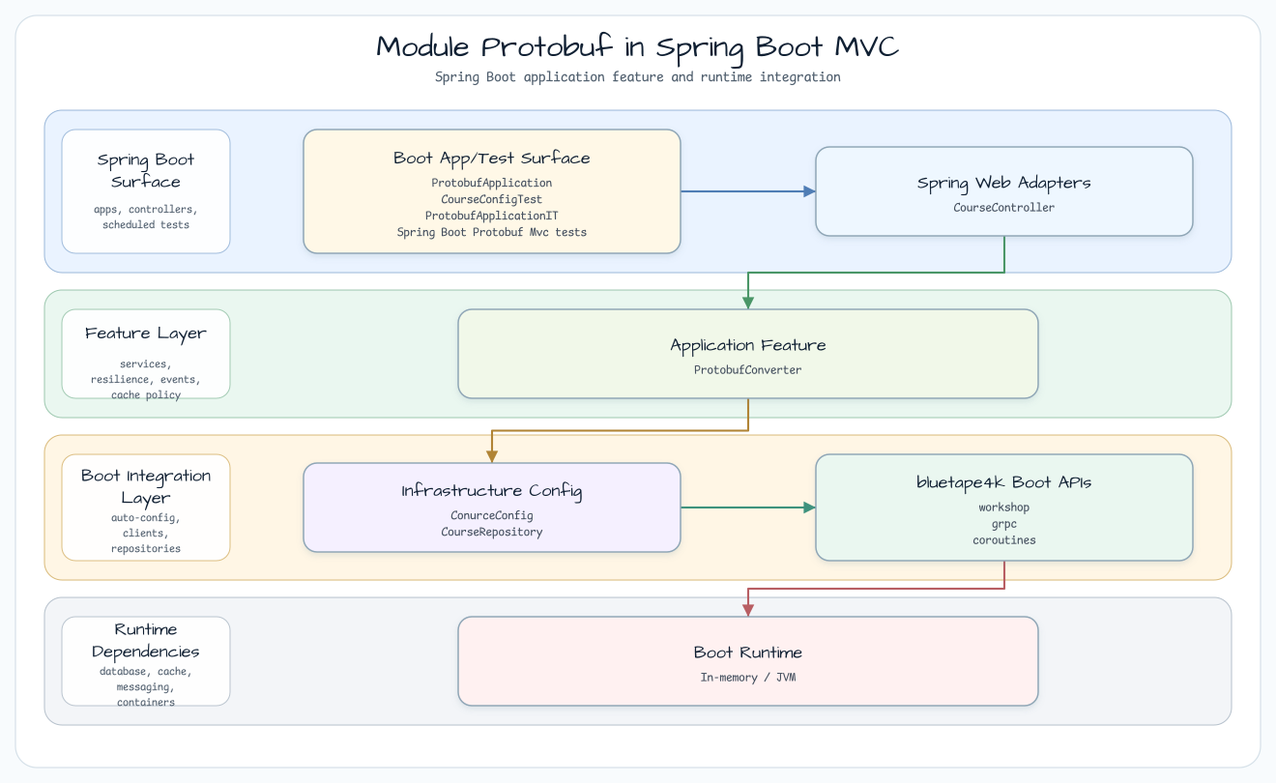
Above: docs/images/readme-diagrams/spring-boot-protobuf-mvc-readme-architecture-01.png in bluetape4k/bluetape4k-workshop (Graphviz), before the change. Its source is kept beside it as docs/images/readme-diagrams/spring-boot-protobuf-mvc-readme-architecture-01.dot.
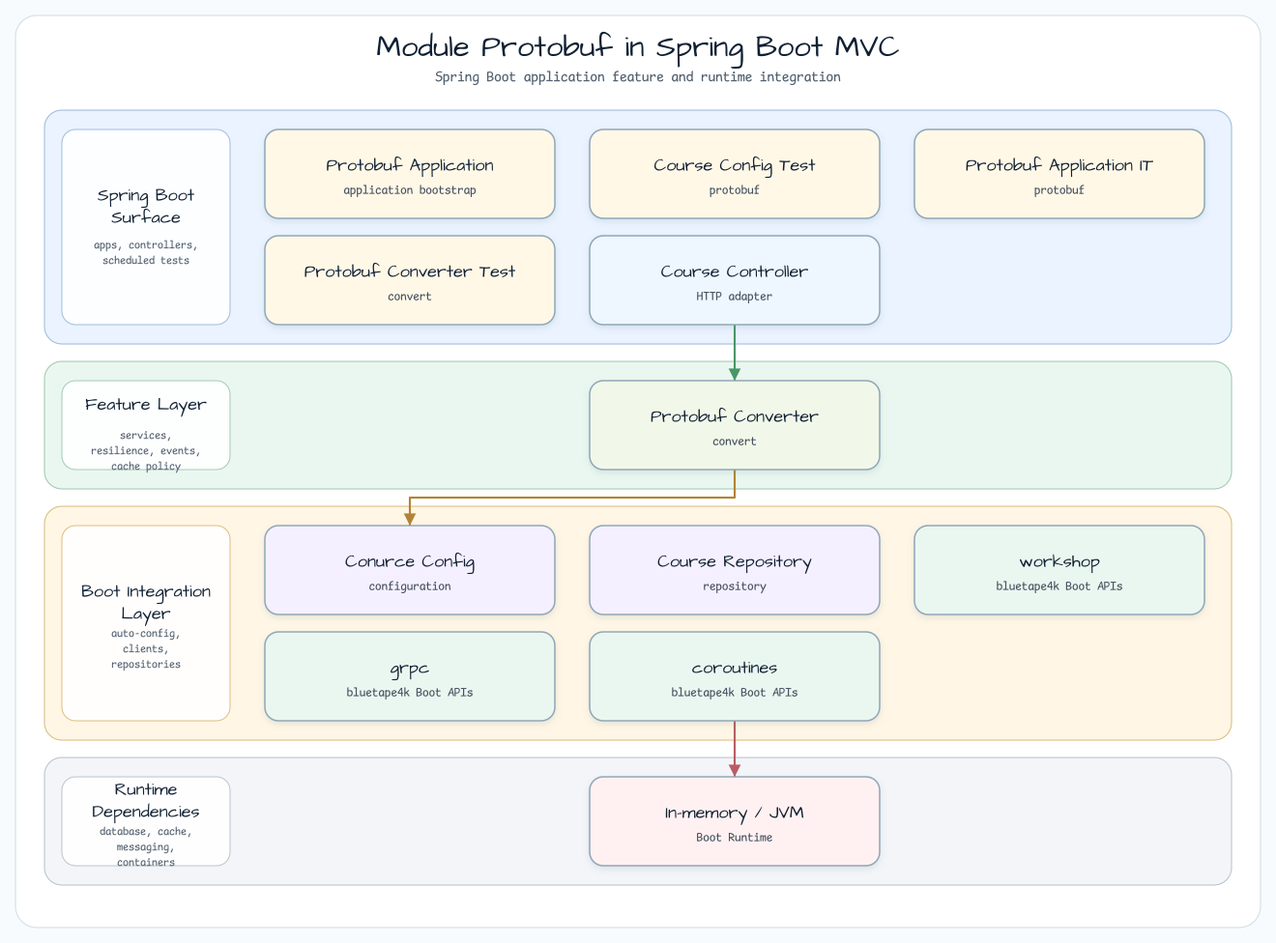
The same diagram one commit later.

The edit, as a diff of the source:
```diff
@@ -26,16 +26,20 @@
     fontsize=11
   ];
 
-  entry [label="Boot App/Test Surface\nProtobufApplication\nCourseConfigTest\nProtobufApplicationIT\nSpring Boot Protobuf Mvc tests", fillcolor="#FFF8E7"];
-  api [label="Spring Web Adapters\nCourseController", fillcolor="#EEF7FF"];
-  service [label="Application Feature\nProtobufConverter", fillcolor="#F1F8E9"];
-  infra [label="Infrastructure Config\nConurceConfig\nCourseRepository", fillcolor="#F5F0FF"];
-  bt [label="bluetape4k Boot APIs\nworkshop\ngrpc\ncoroutines", fillcolor="#EAF7F0"];
-  runtime [label="Boot Runtime\nIn-memory / JVM", fillcolor="#FFF1F1"];
+  entry0 [label="Protobuf Application\napplication bootstrap", fillcolor="#FFF8E7"];
+  entry1 [label="Course Config Test\nprotobuf", fillcolor="#FFF8E7"];
+  entry2 [label="Protobuf Application IT\nprotobuf", fillcolor="#FFF8E7"];
+  entry3 [label="Protobuf Converter Test\nconvert", fillcolor="#FFF8E7"];
+  api0 [label="Course Controller\nHTTP adapter", fillcolor="#EEF7FF"];
+  service0 [label="Protobuf Converter\nconvert", fillcolor="#F1F8E9"];
+  infra0 [label="Conurce Config\nconfiguration", fillcolor="#F5F0FF"];
+  infra1 [label="Course Repository\nrepository", fillcolor="#F5F0FF"];
+  bt0 [label="workshop\nbluetape4k Boot APIs", fillcolor="#EAF7F0"];
+  bt1 [label="grpc\nbluetape4k Boot APIs", fillcolor="#EAF7F0"];
+  bt2 [label="coroutines\nbluetape4k Boot APIs", fillcolor="#EAF7F0"];
+  runtime0 [label="In-memory / JVM\nBoot Runtime", fillcolor="#FFF1F1"];
 
-  entry -> api [label="invokes"];
-  api -> service [label="delegates"];
-  service -> infra [label="persists / publishes"];
-  infra -> bt [label="extends"];
-  bt -> runtime [label="adapts"];
+  api0 -> service0 [label="delegates"];
+  service0 -> infra0 [label="persists / publishes"];
+  bt2 -> runtime0 [label="adapts"];
 }
```
